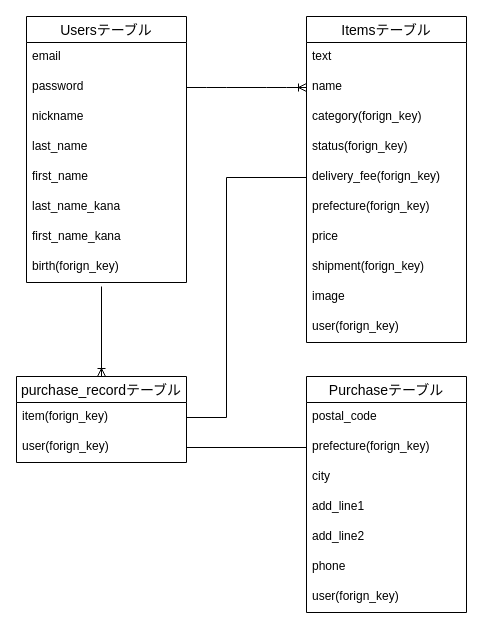
This is db_ER.dio from n-masuda/furima-33906, a draw.io file, before an edit. Source tidied: cells renumbered, new cells numbered last; positions are measured from the earlier drawing's top-left corner, leaving out a move shared by most shapes. Both pictures are drawn from the tidied source at 100%, with x=0, y=0 at pixel (16, 16).
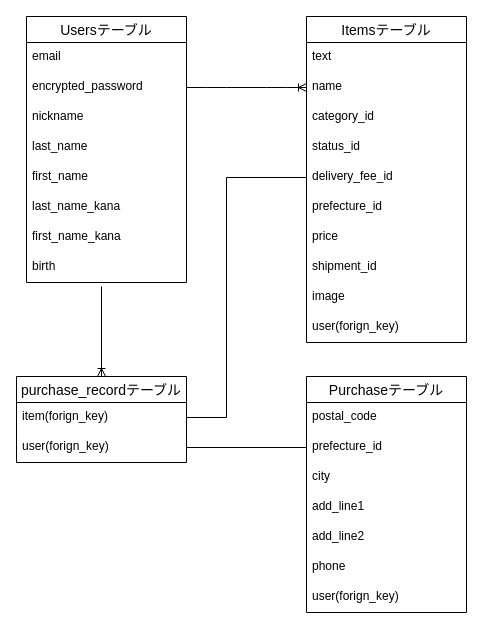
The same page after the edit.

Unchanged cells that the change refers to:
```xml
<mxCell id="2" value="Usersテーブル" style="swimlane;fontStyle=0;horizontal=1;startSize=26;align=center;fontSize=14;" parent="1" vertex="1">
  <mxGeometry x="10" width="160" height="266" as="geometry" />
</mxCell>
<mxCell id="11" value="Purchaseテーブル" style="swimlane;fontStyle=0;horizontal=1;startSize=26;align=center;fontSize=14;" parent="1" vertex="1">
  <mxGeometry x="290" y="360" width="160" height="236" as="geometry" />
</mxCell>
<mxCell id="19" value="Itemsテーブル" style="swimlane;fontStyle=0;horizontal=1;startSize=26;align=center;fontSize=14;" parent="1" vertex="1">
  <mxGeometry x="290" width="160" height="326" as="geometry" />
</mxCell>
```

What changed in the source:
```diff
@@
-    <mxCell id="4" value="password" style="text;strokeColor=none;fillColor=none;spacingLeft=4;spacingRight=4;overflow=hidden;points=[[0,0.5],[1,0.5]];portConstraint=eastwest;fontSize=12;" parent="2" vertex="1">
+    <mxCell id="4" value="encrypted_password" style="text;strokeColor=none;fillColor=none;spacingLeft=4;spacingRight=4;overflow=hidden;points=[[0,0.5],[1,0.5]];portConstraint=eastwest;fontSize=12;" parent="2" vertex="1">
       <mxGeometry y="56" width="160" height="30" as="geometry" />
     </mxCell>
@@
-    <mxCell id="10" value="birth(forign_key)" style="text;strokeColor=none;fillColor=none;spacingLeft=4;spacingRight=4;overflow=hidden;fontSize=12;" parent="2" vertex="1">
+    <mxCell id="10" value="birth" style="text;strokeColor=none;fillColor=none;spacingLeft=4;spacingRight=4;overflow=hidden;fontSize=12;" parent="2" vertex="1">
       <mxGeometry y="236" width="160" height="30" as="geometry" />
     </mxCell>
@@
-    <mxCell id="13" value="prefecture(forign_key)" style="text;strokeColor=none;fillColor=none;spacingLeft=4;spacingRight=4;overflow=hidden;points=[[0,0.5],[1,0.5]];portConstraint=eastwest;fontSize=12;" parent="11" vertex="1">
+    <mxCell id="13" value="prefecture_id" style="text;strokeColor=none;fillColor=none;spacingLeft=4;spacingRight=4;overflow=hidden;points=[[0,0.5],[1,0.5]];portConstraint=eastwest;fontSize=12;" parent="11" vertex="1">
       <mxGeometry y="56" width="160" height="30" as="geometry" />
     </mxCell>
@@
-    <mxCell id="22" value="category(forign_key)" style="text;strokeColor=none;fillColor=none;spacingLeft=4;spacingRight=4;overflow=hidden;fontSize=12;" parent="19" vertex="1">
+    <mxCell id="22" value="category_id" style="text;strokeColor=none;fillColor=none;spacingLeft=4;spacingRight=4;overflow=hidden;fontSize=12;" parent="19" vertex="1">
       <mxGeometry y="86" width="160" height="30" as="geometry" />
     </mxCell>
-    <mxCell id="23" value="status(forign_key)" style="text;strokeColor=none;fillColor=none;spacingLeft=4;spacingRight=4;overflow=hidden;fontSize=12;" parent="19" vertex="1">
+    <mxCell id="23" value="status_id" style="text;strokeColor=none;fillColor=none;spacingLeft=4;spacingRight=4;overflow=hidden;fontSize=12;" parent="19" vertex="1">
       <mxGeometry y="116" width="160" height="30" as="geometry" />
     </mxCell>
-    <mxCell id="24" value="delivery_fee(forign_key)" style="text;strokeColor=none;fillColor=none;spacingLeft=4;spacingRight=4;overflow=hidden;points=[[0,0.5],[1,0.5]];portConstraint=eastwest;fontSize=12;" parent="19" vertex="1">
+    <mxCell id="24" value="delivery_fee_id" style="text;strokeColor=none;fillColor=none;spacingLeft=4;spacingRight=4;overflow=hidden;points=[[0,0.5],[1,0.5]];portConstraint=eastwest;fontSize=12;" parent="19" vertex="1">
       <mxGeometry y="146" width="160" height="30" as="geometry" />
     </mxCell>
-    <mxCell id="25" value="prefecture(forign_key)" style="text;strokeColor=none;fillColor=none;spacingLeft=4;spacingRight=4;overflow=hidden;fontSize=12;" parent="19" vertex="1">
+    <mxCell id="25" value="prefecture_id" style="text;strokeColor=none;fillColor=none;spacingLeft=4;spacingRight=4;overflow=hidden;fontSize=12;" parent="19" vertex="1">
       <mxGeometry y="176" width="160" height="30" as="geometry" />
     </mxCell>
@@
-    <mxCell id="27" value="shipment(forign_key)" style="text;strokeColor=none;fillColor=none;spacingLeft=4;spacingRight=4;overflow=hidden;fontSize=12;" parent="19" vertex="1">
+    <mxCell id="27" value="shipment_id" style="text;strokeColor=none;fillColor=none;spacingLeft=4;spacingRight=4;overflow=hidden;fontSize=12;" parent="19" vertex="1">
       <mxGeometry y="236" width="160" height="30" as="geometry" />
     </mxCell>
```
